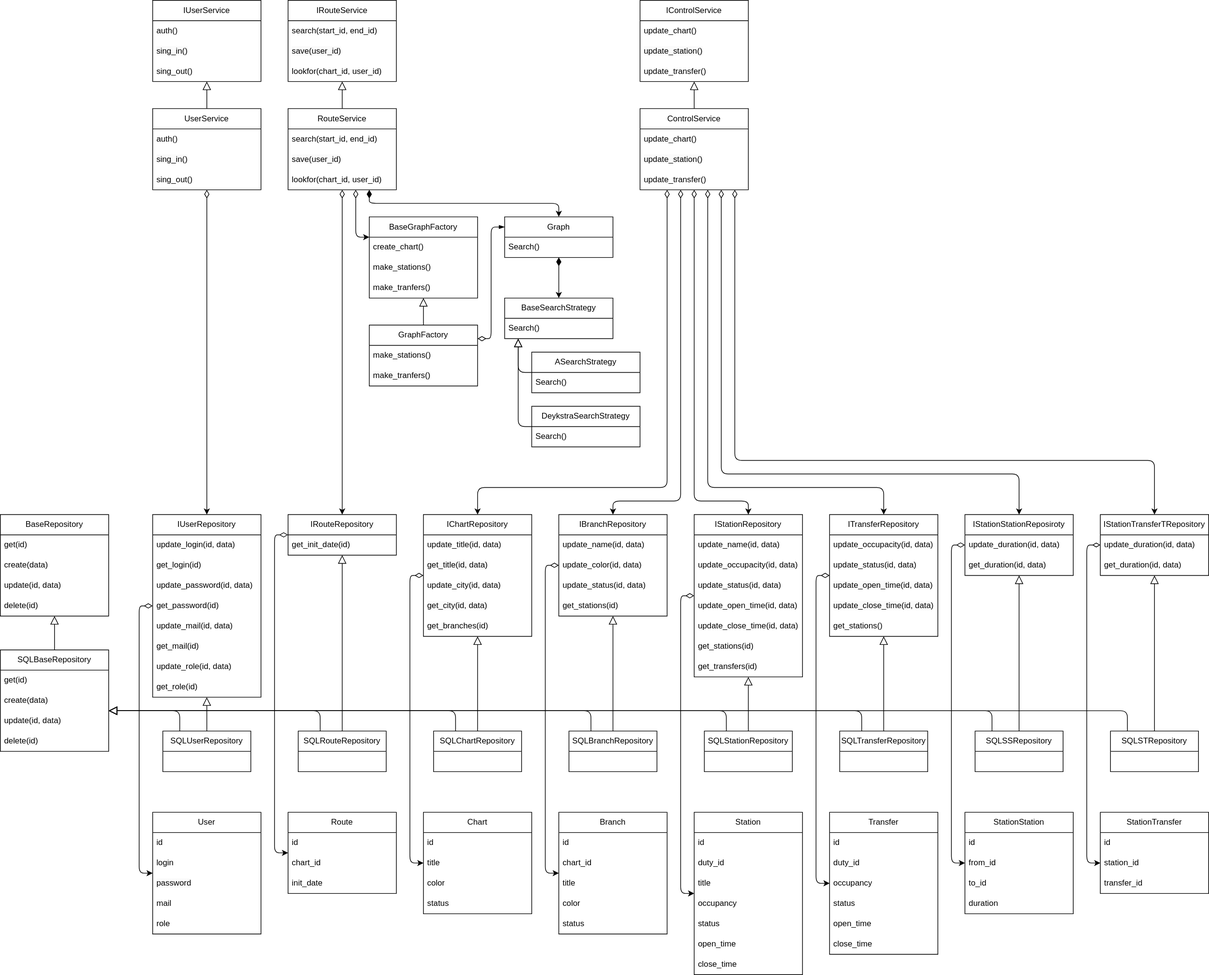
Earlier version of the draw.io export images/charts/UML_BusinessLogic.svg (Mihyich/PPO). Source tidied: cells renumbered, new cells last; positions are measured from the earlier drawing's top-left corner, leaving out a move shared by most shapes.
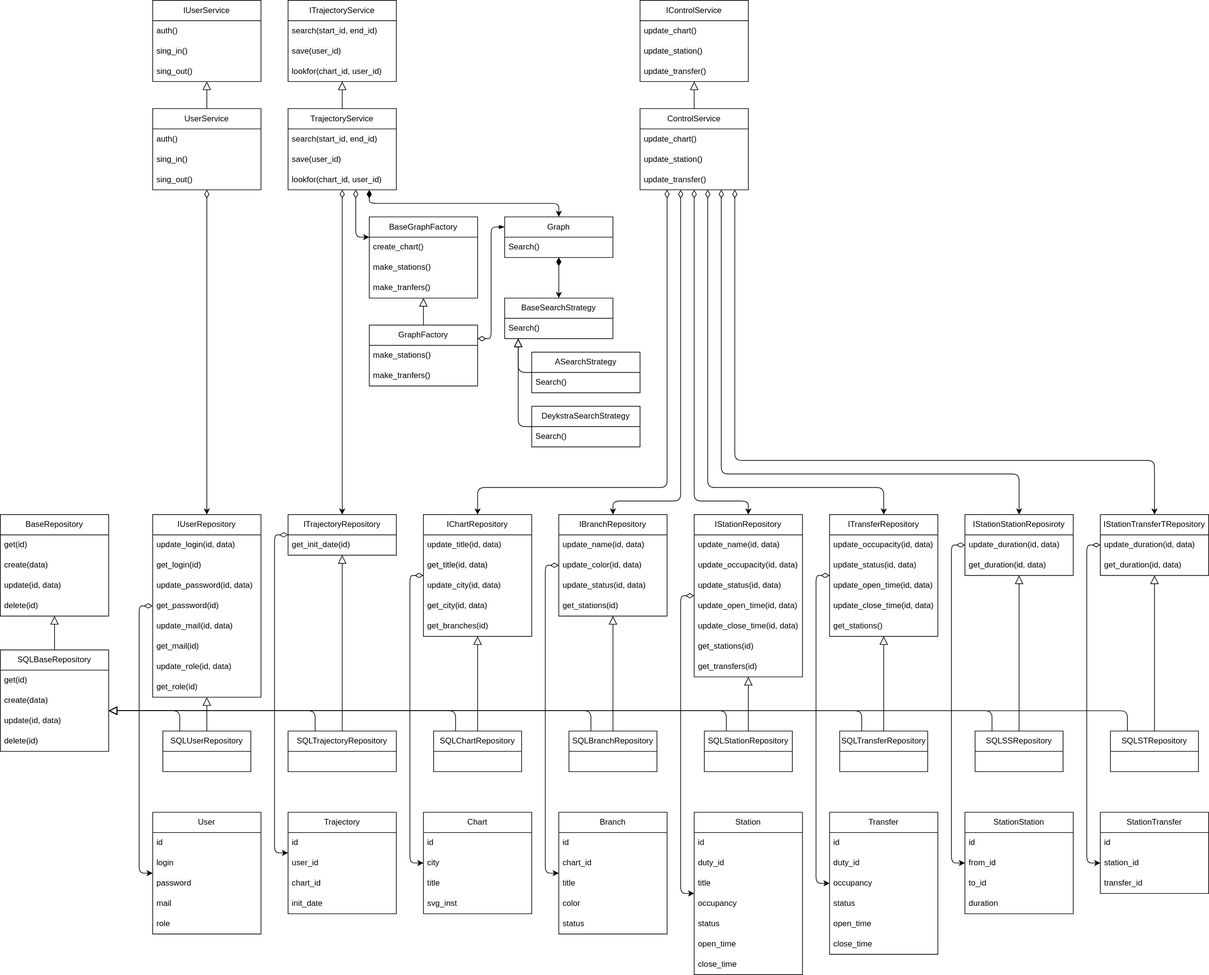
Above is the later version.

Commit message:
Обновлены svg представления диаграмм

Diff of the diagram source:
```diff
@@ -184,7 +184,7 @@
         </Array>
       </mxGeometry>
     </mxCell>
-    <mxCell id="55" value="IRouteRepository" style="swimlane;fontStyle=0;horizontal=1;startSize=30;whiteSpace=wrap;html=1;swimlaneFillColor=none;fillStyle=auto;" parent="1" vertex="1">
+    <mxCell id="55" value="ITrajectoryRepository" style="swimlane;fontStyle=0;horizontal=1;startSize=30;whiteSpace=wrap;html=1;swimlaneFillColor=none;fillStyle=auto;" parent="1" vertex="1">
       <mxGeometry x="425" y="760" width="160" height="60" as="geometry" />
     </mxCell>
     <mxCell id="56" value="get_init_date(id)" style="text;strokeColor=none;fillColor=none;align=left;verticalAlign=middle;spacingLeft=4;spacingRight=4;overflow=hidden;whiteSpace=wrap;html=1;" parent="55" vertex="1">
@@ -318,12 +318,12 @@
     <mxCell id="90" style="edgeStyle=orthogonalEdgeStyle;html=1;exitX=0.25;exitY=0;exitDx=0;exitDy=0;endArrow=block;endFill=0;endSize=10;" parent="1" edge="1" source="91" target="39">
       <mxGeometry relative="1" as="geometry">
         <Array as="points">
-          <mxPoint x="473" y="1050" />
+          <mxPoint x="465" y="1050" />
         </Array>
       </mxGeometry>
     </mxCell>
-    <mxCell id="91" value="SQLRouteRepository" style="swimlane;fontStyle=0;horizontal=1;startSize=30;whiteSpace=wrap;html=1;" parent="1" vertex="1">
-      <mxGeometry x="440" y="1080" width="130" height="60" as="geometry" />
+    <mxCell id="91" value="SQLTrajectoryRepository" style="swimlane;fontStyle=0;horizontal=1;startSize=30;whiteSpace=wrap;html=1;" parent="1" vertex="1">
+      <mxGeometry x="425" y="1080" width="160" height="60" as="geometry" />
     </mxCell>
     <mxCell id="92" style="edgeStyle=none;html=1;exitX=0.5;exitY=0;exitDx=0;exitDy=0;endArrow=block;endFill=0;endSize=10;" parent="1" edge="1" source="94" target="58">
       <mxGeometry relative="1" as="geometry" />
@@ -454,7 +454,7 @@
     <mxCell id="122" value="SQLSTRepository" style="swimlane;fontStyle=0;horizontal=1;startSize=30;whiteSpace=wrap;html=1;" parent="1" vertex="1">
       <mxGeometry x="1640" y="1080" width="130" height="60" as="geometry" />
     </mxCell>
-    <mxCell id="123" value="IRouteService" style="swimlane;fontStyle=0;horizontal=1;startSize=30;whiteSpace=wrap;html=1;" parent="1" vertex="1">
+    <mxCell id="123" value="ITrajectoryService" style="swimlane;fontStyle=0;horizontal=1;startSize=30;whiteSpace=wrap;html=1;" parent="1" vertex="1">
       <mxGeometry x="425" width="160" height="120" as="geometry" />
     </mxCell>
     <mxCell id="124" value="search(start_id, end_id)" style="text;strokeColor=none;fillColor=none;align=left;verticalAlign=middle;spacingLeft=4;spacingRight=4;overflow=hidden;whiteSpace=wrap;html=1;" parent="123" vertex="1">
@@ -487,7 +487,7 @@
     <mxCell id="130" style="edgeStyle=none;html=1;startArrow=diamondThin;startFill=0;startSize=10;" parent="1" edge="1" source="131" target="55">
       <mxGeometry relative="1" as="geometry" />
     </mxCell>
-    <mxCell id="131" value="RouteService" style="swimlane;fontStyle=0;horizontal=1;startSize=30;whiteSpace=wrap;html=1;" parent="1" vertex="1">
+    <mxCell id="131" value="TrajectoryService" style="swimlane;fontStyle=0;horizontal=1;startSize=30;whiteSpace=wrap;html=1;" parent="1" vertex="1">
       <mxGeometry x="425" y="160" width="160" height="120" as="geometry" />
     </mxCell>
     <mxCell id="132" value="search(start_id, end_id)" style="text;strokeColor=none;fillColor=none;align=left;verticalAlign=middle;spacingLeft=4;spacingRight=4;overflow=hidden;whiteSpace=wrap;html=1;" parent="131" vertex="1">
@@ -574,17 +574,20 @@
     <mxCell id="149" value="update_transfer()" style="text;strokeColor=none;fillColor=none;align=left;verticalAlign=middle;spacingLeft=4;spacingRight=4;overflow=hidden;whiteSpace=wrap;html=1;" parent="146" vertex="1">
       <mxGeometry y="90" width="160" height="30" as="geometry" />
     </mxCell>
-    <mxCell id="150" value="Route" style="swimlane;fontStyle=0;horizontal=1;startSize=30;whiteSpace=wrap;html=1;" parent="1" vertex="1">
-      <mxGeometry x="425" y="1200" width="160" height="120" as="geometry" />
+    <mxCell id="150" value="Trajectory" style="swimlane;fontStyle=0;horizontal=1;startSize=30;whiteSpace=wrap;html=1;" parent="1" vertex="1">
+      <mxGeometry x="425" y="1200" width="160" height="150" as="geometry" />
     </mxCell>
     <mxCell id="151" value="id" style="text;strokeColor=none;fillColor=none;align=left;verticalAlign=middle;spacingLeft=4;spacingRight=4;overflow=hidden;whiteSpace=wrap;html=1;" parent="150" vertex="1">
       <mxGeometry y="30" width="160" height="30" as="geometry" />
     </mxCell>
+    <mxCell id="189" value="user_id" style="text;strokeColor=none;fillColor=none;align=left;verticalAlign=middle;spacingLeft=4;spacingRight=4;overflow=hidden;whiteSpace=wrap;html=1;" parent="150" vertex="1">
+      <mxGeometry y="60" width="160" height="30" as="geometry" />
+    </mxCell>
     <mxCell id="152" value="chart_id" style="text;strokeColor=none;fillColor=none;align=left;verticalAlign=middle;spacingLeft=4;spacingRight=4;overflow=hidden;whiteSpace=wrap;html=1;" parent="150" vertex="1">
-      <mxGeometry y="60" width="160" height="30" as="geometry" />
+      <mxGeometry y="90" width="160" height="30" as="geometry" />
     </mxCell>
     <mxCell id="153" value="init_date" style="text;strokeColor=none;fillColor=none;align=left;verticalAlign=middle;spacingLeft=4;spacingRight=4;overflow=hidden;whiteSpace=wrap;html=1;" parent="150" vertex="1">
-      <mxGeometry y="90" width="160" height="30" as="geometry" />
+      <mxGeometry y="120" width="160" height="30" as="geometry" />
     </mxCell>
     <mxCell id="154" value="Station" style="swimlane;fontStyle=0;horizontal=1;startSize=30;whiteSpace=wrap;html=1;" parent="1" vertex="1">
       <mxGeometry x="1025" y="1200" width="160" height="240" as="geometry" />
@@ -682,13 +685,13 @@
     <mxCell id="185" value="id" style="text;strokeColor=none;fillColor=none;align=left;verticalAlign=middle;spacingLeft=4;spacingRight=4;overflow=hidden;whiteSpace=wrap;html=1;" parent="184" vertex="1">
       <mxGeometry y="30" width="160" height="30" as="geometry" />
     </mxCell>
-    <mxCell id="186" value="title" style="text;strokeColor=none;fillColor=none;align=left;verticalAlign=middle;spacingLeft=4;spacingRight=4;overflow=hidden;whiteSpace=wrap;html=1;" parent="184" vertex="1">
+    <mxCell id="186" value="city" style="text;strokeColor=none;fillColor=none;align=left;verticalAlign=middle;spacingLeft=4;spacingRight=4;overflow=hidden;whiteSpace=wrap;html=1;" parent="184" vertex="1">
       <mxGeometry y="60" width="160" height="30" as="geometry" />
     </mxCell>
-    <mxCell id="187" value="color" style="text;strokeColor=none;fillColor=none;align=left;verticalAlign=middle;spacingLeft=4;spacingRight=4;overflow=hidden;whiteSpace=wrap;html=1;" parent="184" vertex="1">
+    <mxCell id="187" value="title" style="text;strokeColor=none;fillColor=none;align=left;verticalAlign=middle;spacingLeft=4;spacingRight=4;overflow=hidden;whiteSpace=wrap;html=1;" parent="184" vertex="1">
       <mxGeometry y="90" width="160" height="30" as="geometry" />
     </mxCell>
-    <mxCell id="188" value="status" style="text;strokeColor=none;fillColor=none;align=left;verticalAlign=middle;spacingLeft=4;spacingRight=4;overflow=hidden;whiteSpace=wrap;html=1;" parent="184" vertex="1">
+    <mxCell id="188" value="svg_inst" style="text;strokeColor=none;fillColor=none;align=left;verticalAlign=middle;spacingLeft=4;spacingRight=4;overflow=hidden;whiteSpace=wrap;html=1;" parent="184" vertex="1">
       <mxGeometry y="120" width="160" height="30" as="geometry" />
     </mxCell>
   </root>
```
